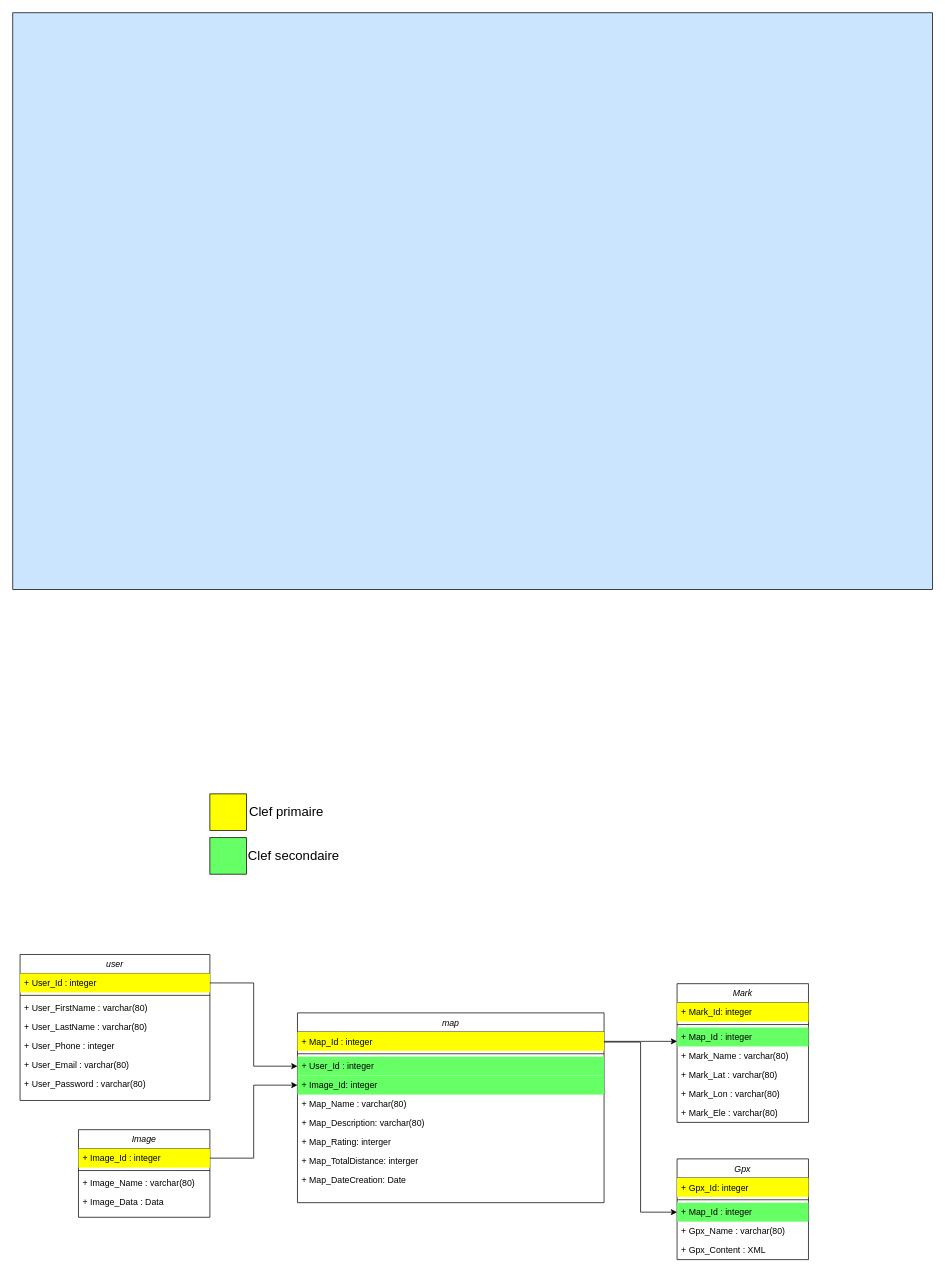
thibautfgi/mountain-journey keeps this draw.io diagram as Documentation/mj.drawio. Above is the earlier version. Source tidied: cells renumbered, new cells numbered last; positions are measured from the earlier drawing's top-left corner, leaving out a move shared by most shapes. Both pictures are drawn from the tidied source at 73%, with x=0, y=0 at pixel (12, 12).
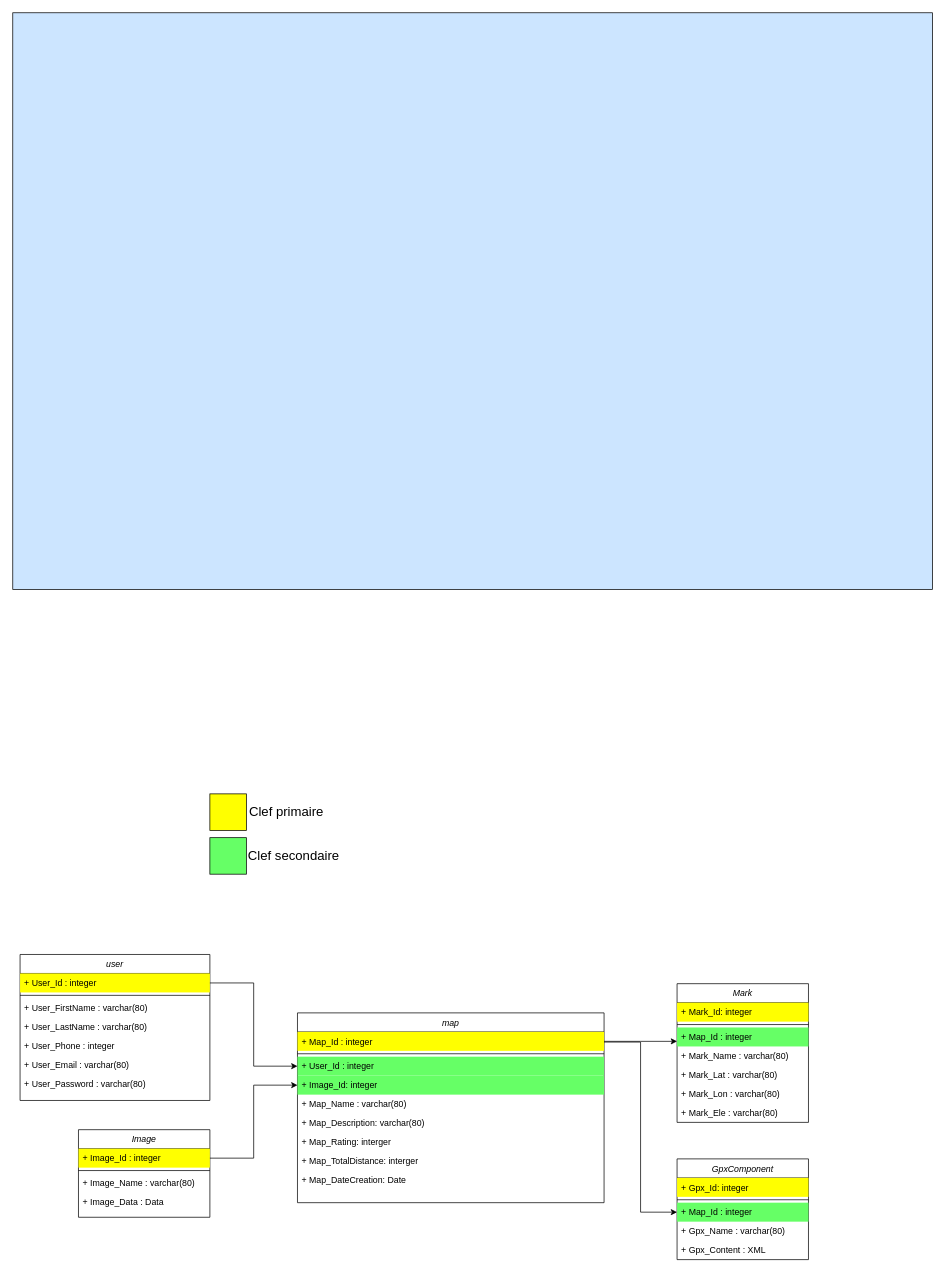
After the change.

Commit message:
tootip n orga

The edit, as a diff of the source:
```diff
@@
-    <mxCell id="33" value="Gpx" style="swimlane;fontStyle=2;align=center;verticalAlign=top;horizontal=1;startSize=26;rounded=0;shadow=0;strokeWidth=1;" parent="1" vertex="1">
+    <mxCell id="33" value="GpxComponent" style="swimlane;fontStyle=2;align=center;verticalAlign=top;horizontal=1;startSize=26;rounded=0;shadow=0;strokeWidth=1;" parent="1" vertex="1">
       <mxGeometry x="910" y="1570" width="180" height="138" as="geometry" />
     </mxCell>
```
